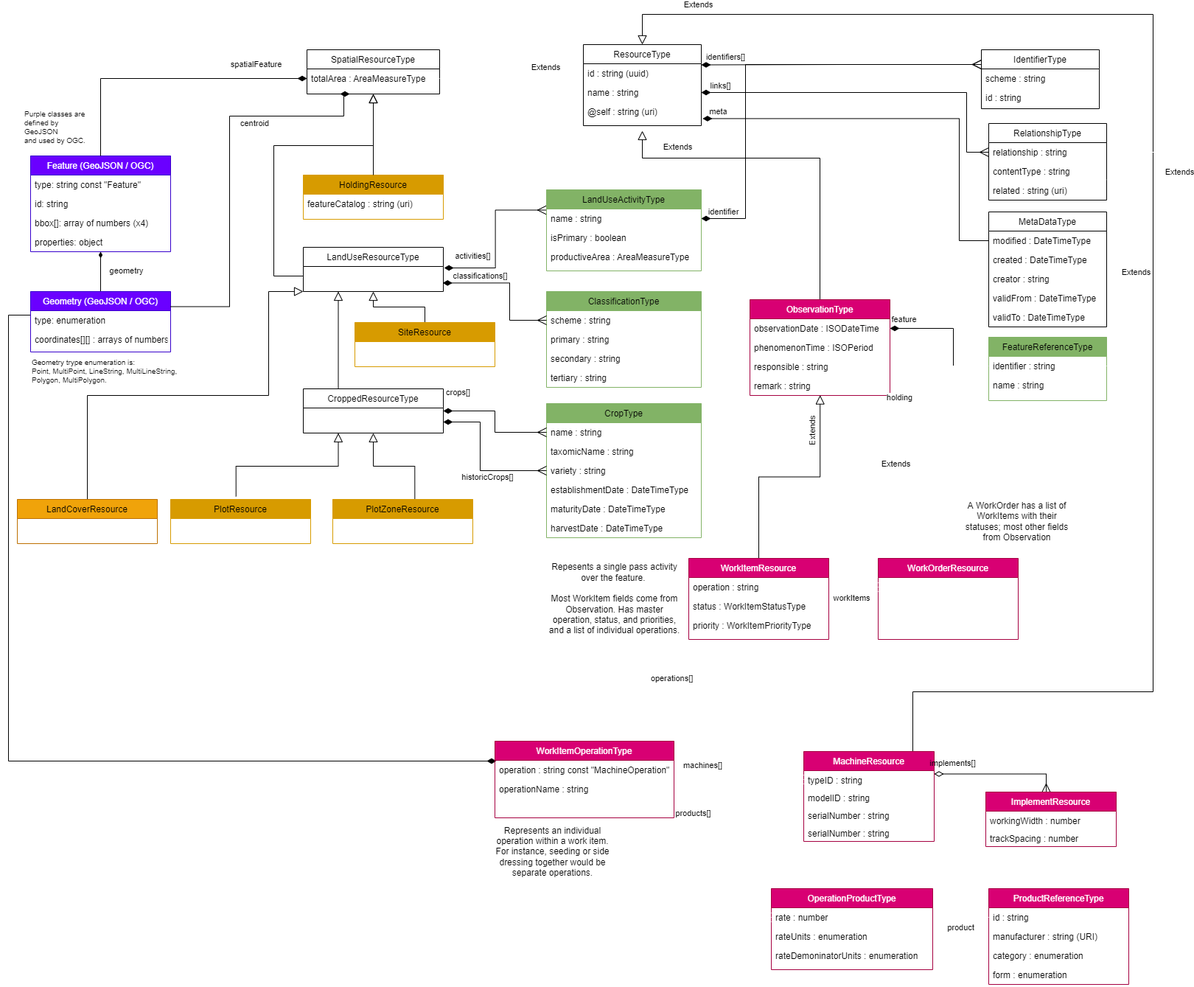
Datalinker-Org/Geospatial keeps this draw.io diagram as wiki-content/Geospatial Field Operations.png. Above is the earlier version. Source tidied: cells renumbered, new cells last; positions are measured from the earlier drawing's top-left corner, leaving out a move shared by most shapes.
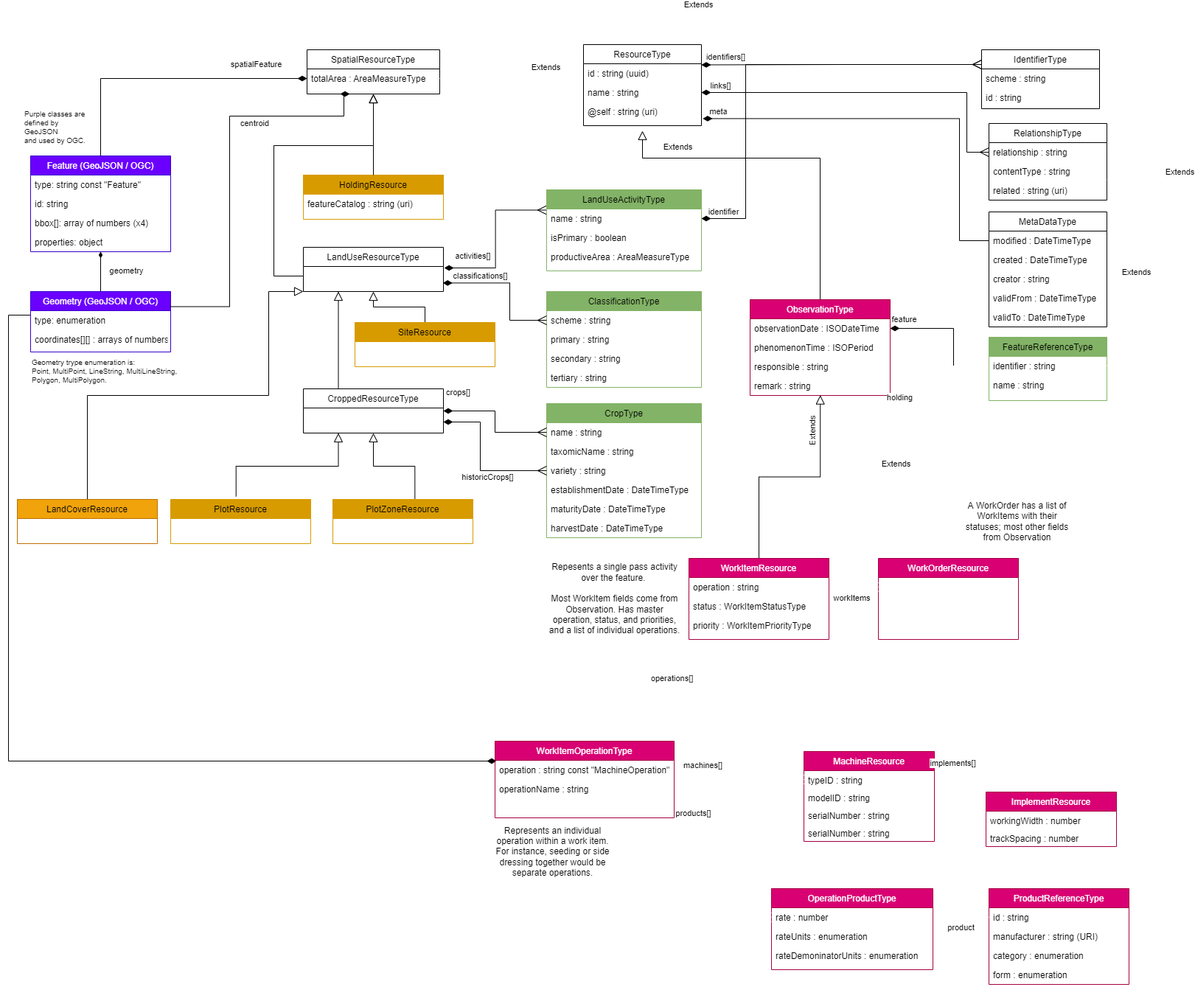
Above is the later version.

Change to the diagram source:
```diff
@@ -137,7 +137,7 @@
     <mxCell id="37" value="priority : WorkItemPriorityType" style="text;align=left;verticalAlign=top;spacingLeft=4;spacingRight=4;overflow=hidden;rounded=0;shadow=0;html=0;" parent="34" vertex="1">
       <mxGeometry y="78" width="190" height="26" as="geometry" />
     </mxCell>
-    <mxCell id="38" value="Extends" style="edgeStyle=orthogonalEdgeStyle;rounded=0;jettySize=auto;html=1;startArrow=none;startFill=0;endArrow=block;endFill=0;strokeWidth=1;endSize=10;startSize=10;exitX=0.571;exitY=0.01;exitDx=0;exitDy=0;entryX=0.5;entryY=0;entryDx=0;entryDy=0;exitPerimeter=0;" parent="1" edge="1" source="96" target="2">
+    <mxCell id="38" value="Extends" style="edgeStyle=orthogonalEdgeStyle;rounded=0;jettySize=auto;html=1;startArrow=none;startFill=0;endArrow=block;endFill=0;strokeWidth=1;endSize=10;startSize=10;exitX=0.571;exitY=0.01;exitDx=0;exitDy=0;entryX=0.5;entryY=0;entryDx=0;entryDy=0;exitPerimeter=0;strokeColor=#FFFFFF;" parent="1" edge="1" source="96" target="2">
       <mxGeometry x="0.89" y="-13" relative="1" as="geometry">
         <Array as="points">
           <mxPoint x="1227" y="1001" />
@@ -157,7 +157,7 @@
         </Array>
       </mxGeometry>
     </mxCell>
-    <mxCell id="40" value="operations[]" style="edgeStyle=orthogonalEdgeStyle;html=1;exitX=0.5;exitY=0;exitDx=0;exitDy=0;entryX=0.5;entryY=1;entryDx=0;entryDy=0;strokeColor=#FFFFFF;startArrow=ERmany;startFill=0;endArrow=diamondThin;endFill=1;endSize=10;startSize=10;rounded=0;fillColor=#f5f5f5;" parent="1" edge="1" source="41" target="34">
+    <mxCell id="40" value="operations[]" style="edgeStyle=orthogonalEdgeStyle;html=1;exitX=0.5;exitY=0;exitDx=0;exitDy=0;entryX=0.5;entryY=1;entryDx=0;entryDy=0;strokeColor=#FFFFFF;startArrow=ERmany;startFill=0;endArrow=diamondThin;endFill=0;endSize=10;startSize=10;rounded=0;fillColor=#f5f5f5;" parent="1" edge="1" source="41" target="34">
       <mxGeometry y="16" relative="1" as="geometry" />
     </mxCell>
     <mxCell id="41" value="WorkItemOperationType" style="swimlane;fontStyle=0;align=center;verticalAlign=top;horizontal=1;startSize=26;rounded=0;shadow=0;strokeWidth=1;strokeColor=#A50040;fillColor=#d80073;fontColor=#ffffff;" parent="1" vertex="1">
@@ -169,15 +169,6 @@
     <mxCell id="43" value="operationName : string" style="text;align=left;verticalAlign=top;spacingLeft=4;spacingRight=4;overflow=hidden;points=[[0,0.5],[1,0.5]];portConstraint=eastwest;rounded=0;shadow=0;html=0;" parent="41" vertex="1">
       <mxGeometry y="52" width="243" height="26" as="geometry" />
     </mxCell>
-    <mxCell id="44" style="edgeStyle=orthogonalEdgeStyle;rounded=0;jettySize=auto;html=1;startArrow=none;startFill=0;endArrow=diamondThin;endFill=1;strokeWidth=1;endSize=10;startSize=10;entryX=1;entryY=0.5;entryDx=0;entryDy=0;exitX=0;exitY=0.5;exitDx=0;exitDy=0;" parent="1" edge="1" target="x">
-      <mxGeometry x="0.14" y="26" relative="1" as="geometry">
-        <mxPoint x="1303" y="1267" as="sourcePoint" />
-        <Array as="points">
-          <mxPoint x="1232" y="1267" />
-          <mxPoint x="1232" y="1267" />
-        </Array>
-      </mxGeometry>
-    </mxCell>
     <mxCell id="45" value="HoldingResource" style="swimlane;fontStyle=0;align=center;verticalAlign=top;horizontal=1;startSize=26;rounded=0;shadow=0;strokeWidth=1;strokeColor=#d79b00;fillColor=#D79B00;" parent="1" vertex="1">
       <mxGeometry x="400" y="218" width="190" height="60" as="geometry" />
     </mxCell>
@@ -380,7 +371,7 @@
     <mxCell id="100" value="serialNumber : string" style="text;strokeColor=none;fillColor=none;align=left;verticalAlign=top;spacingLeft=4;spacingRight=4;overflow=hidden;" parent="96" vertex="1">
       <mxGeometry y="98" width="177" height="24" as="geometry" />
     </mxCell>
-    <mxCell id="101" value="implements[]" style="edgeStyle=orthogonalEdgeStyle;rounded=0;jettySize=auto;html=1;startArrow=ERmany;startFill=0;endArrow=diamondThin;endFill=0;strokeWidth=1;endSize=10;startSize=10;labelBackgroundColor=none;entryX=1;entryY=0.25;entryDx=0;entryDy=0;exitX=0.463;exitY=0.012;exitDx=0;exitDy=0;exitPerimeter=0;" parent="1" edge="1" source="102" target="96">
+    <mxCell id="101" value="implements[]" style="edgeStyle=orthogonalEdgeStyle;rounded=0;jettySize=auto;html=1;startArrow=ERmany;startFill=0;endArrow=diamondThin;endFill=0;strokeWidth=1;endSize=10;startSize=10;labelBackgroundColor=default;entryX=1;entryY=0.25;entryDx=0;entryDy=0;exitX=0.463;exitY=0.012;exitDx=0;exitDy=0;exitPerimeter=0;strokeColor=#FFFFFF;" parent="1" edge="1" source="102" target="96">
       <mxGeometry x="0.71" y="-15" relative="1" as="geometry">
         <Array as="points">
           <mxPoint x="1408" y="1031" />
@@ -411,12 +402,12 @@
     <mxCell id="109" value="rateDemoninatorUnits : enumeration" style="text;align=left;verticalAlign=top;spacingLeft=4;spacingRight=4;overflow=hidden;rounded=0;shadow=0;html=0;" parent="106" vertex="1">
       <mxGeometry y="78" width="219" height="26" as="geometry" />
     </mxCell>
-    <mxCell id="110" value="machines[]" style="edgeStyle=orthogonalEdgeStyle;rounded=0;html=1;exitX=0;exitY=0.5;exitDx=0;exitDy=0;startArrow=ERmany;startFill=0;endArrow=diamondThin;endFill=1;startSize=10;endSize=10;strokeColor=#FFFFFF;" parent="1" edge="1" source="97" target="41">
+    <mxCell id="110" value="machines[]" style="edgeStyle=orthogonalEdgeStyle;rounded=0;html=1;exitX=0;exitY=0.5;exitDx=0;exitDy=0;startArrow=ERmany;startFill=0;endArrow=diamondThin;endFill=0;startSize=10;endSize=10;strokeColor=#FFFFFF;" parent="1" edge="1" source="97" target="41">
       <mxGeometry x="0.56" y="-19" relative="1" as="geometry">
         <mxPoint x="1" as="offset" />
       </mxGeometry>
     </mxCell>
-    <mxCell id="111" value="Extends" style="edgeStyle=orthogonalEdgeStyle;rounded=0;html=1;exitX=0.5;exitY=0;exitDx=0;exitDy=0;entryX=1;entryY=0.5;entryDx=0;entryDy=0;startArrow=none;startFill=0;endArrow=block;endFill=0;startSize=10;endSize=10;strokeColor=#FFFFFF;" parent="1" edge="1" source="112" target="12">
+    <mxCell id="111" value="Extends" style="edgeStyle=orthogonalEdgeStyle;rounded=0;html=1;exitX=0.5;exitY=0;exitDx=0;exitDy=0;entryX=1;entryY=0.5;entryDx=0;entryDy=0;startArrow=none;startFill=0;endArrow=block;endFill=0;startSize=10;endSize=10;strokeColor=#FFFFFF;strokeWidth=1;" parent="1" edge="1" source="112" target="12">
       <mxGeometry x="0.8" relative="1" as="geometry">
         <Array as="points">
           <mxPoint x="1425" y="1163" />
@@ -443,7 +434,7 @@
     <mxCell id="117" value="product" style="edgeStyle=orthogonalEdgeStyle;rounded=0;html=1;exitX=0;exitY=0.5;exitDx=0;exitDy=0;entryX=1;entryY=0.5;entryDx=0;entryDy=0;startArrow=none;startFill=0;endArrow=diamondThin;endFill=1;startSize=10;endSize=10;strokeColor=#FFFFFF;" parent="1" edge="1" source="113" target="107">
       <mxGeometry y="14" relative="1" as="geometry" />
     </mxCell>
-    <mxCell id="118" value="products[]" style="edgeStyle=orthogonalEdgeStyle;rounded=0;html=1;exitX=0;exitY=0.5;exitDx=0;exitDy=0;startArrow=ERmany;startFill=0;endArrow=diamondThin;endFill=1;startSize=10;endSize=10;strokeColor=#FFFFFF;" parent="1" edge="1" source="107" target="43">
+    <mxCell id="118" value="products[]" style="edgeStyle=orthogonalEdgeStyle;rounded=0;html=1;exitX=0;exitY=0.5;exitDx=0;exitDy=0;startArrow=ERmany;startFill=0;endArrow=diamondThin;endFill=0;startSize=10;endSize=10;strokeColor=#FFFFFF;" parent="1" edge="1" source="107" target="43">
       <mxGeometry x="0.83" y="33" relative="1" as="geometry" />
     </mxCell>
     <mxCell id="119" value="Extends" style="edgeStyle=orthogonalEdgeStyle;rounded=0;html=1;exitX=0.5;exitY=0;exitDx=0;exitDy=0;entryX=0.661;entryY=1.003;entryDx=0;entryDy=0;entryPerimeter=0;startArrow=none;startFill=0;endArrow=block;endFill=0;startSize=10;endSize=10;strokeColor=#FFFFFF;" parent="1" edge="1" source="120" target="31">
@@ -452,7 +443,7 @@
     <mxCell id="120" value="WorkOrderResource" style="swimlane;fontStyle=0;align=center;verticalAlign=top;horizontal=1;startSize=26;rounded=0;shadow=0;strokeWidth=1;strokeColor=#A50040;fillColor=#d80073;fontColor=#ffffff;" parent="1" vertex="1">
       <mxGeometry x="1180" y="738" width="190" height="110" as="geometry" />
     </mxCell>
-    <mxCell id="121" value="workItems" style="edgeStyle=orthogonalEdgeStyle;rounded=0;html=1;exitX=0;exitY=0.5;exitDx=0;exitDy=0;startArrow=ERmany;startFill=0;endArrow=diamond;endFill=1;startSize=10;endSize=10;strokeColor=#FFFFFF;" parent="1" edge="1" target="35">
+    <mxCell id="121" value="workItems" style="edgeStyle=orthogonalEdgeStyle;rounded=0;html=1;exitX=0;exitY=0.5;exitDx=0;exitDy=0;startArrow=ERmany;startFill=0;endArrow=diamondThin;endFill=0;startSize=10;endSize=10;strokeColor=#FFFFFF;" parent="1" edge="1" target="35">
       <mxGeometry x="0.07" y="15" relative="1" as="geometry">
         <mxPoint x="1180" y="777" as="sourcePoint" />
       </mxGeometry>
```
